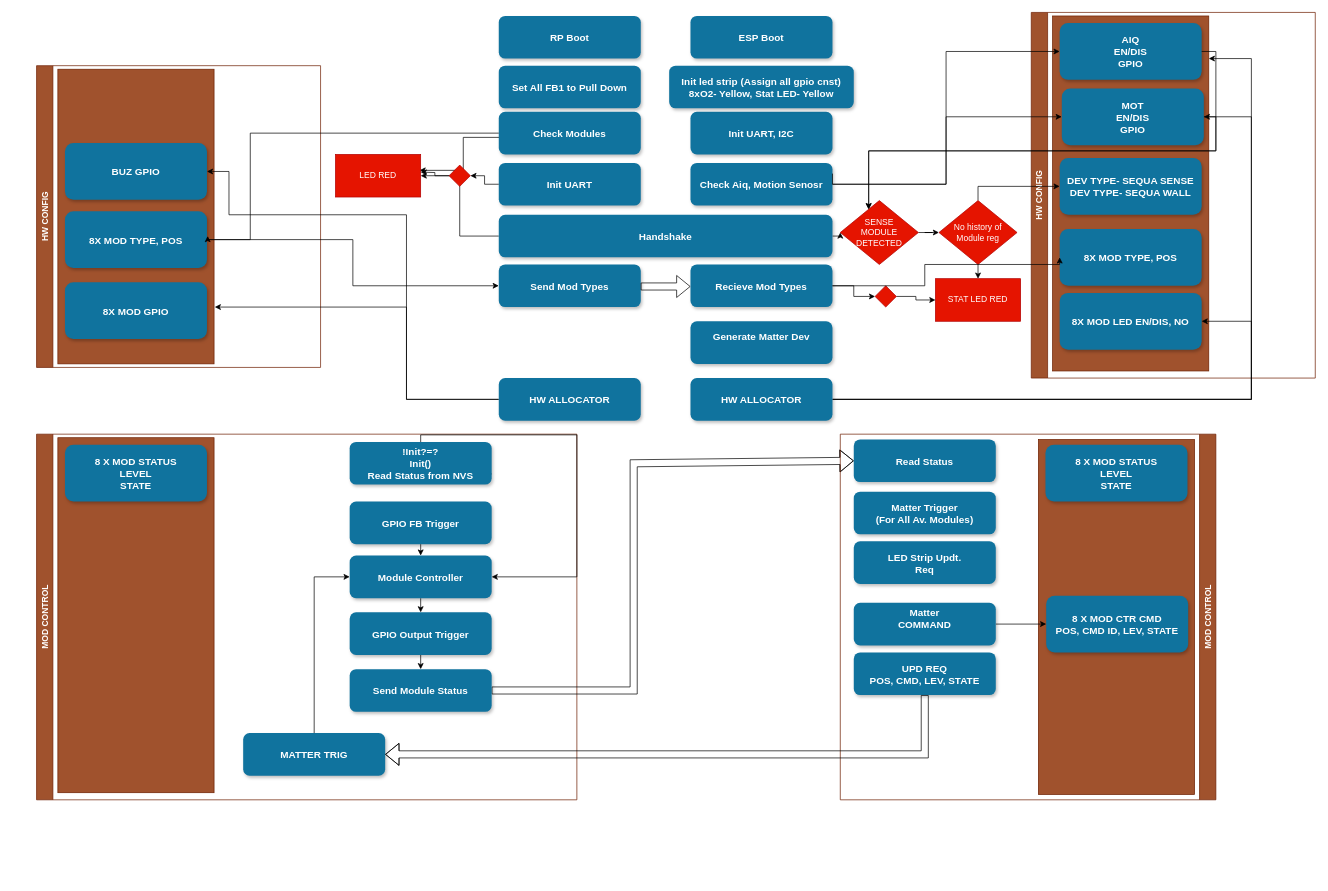
This is SW_HW_Architecure.drawio from AlwaysHOmeOnline/SmartWallThing, a draw.io file, before an edit. Source tidied: cells renumbered, new cells numbered last; positions are measured from the earlier drawing's top-left corner, leaving out a move shared by most shapes. Both pictures are drawn from the tidied source at 71%, with x=0, y=0 at pixel (36, 12).
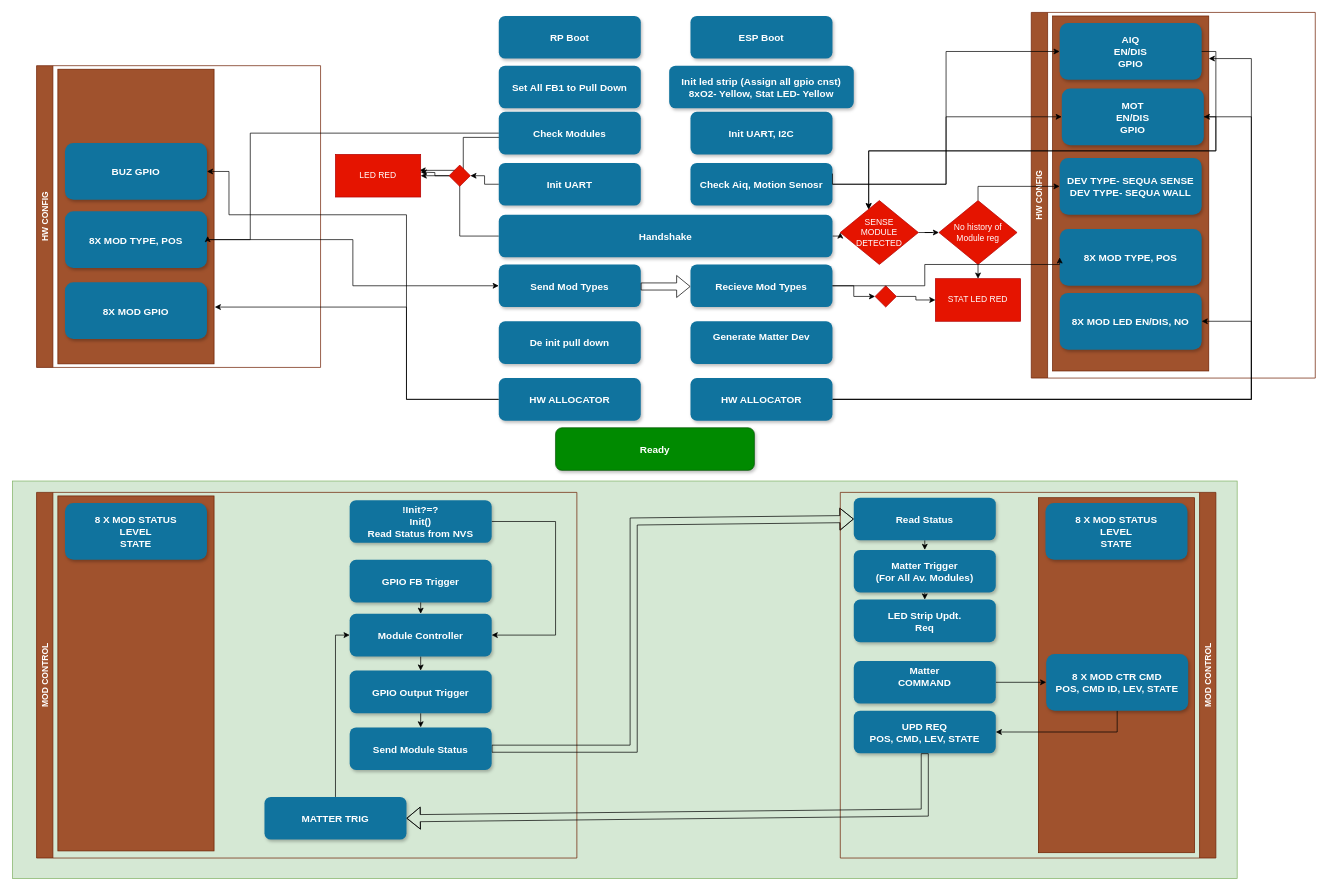
The same page after the edit.

The change refers to these unchanged cells:
```xml
<mxCell id="68" value="Matter Trigger&#10;(For All Av. Modules)" style="rounded=1;fillColor=#10739E;strokeColor=none;shadow=1;gradientColor=none;fontStyle=1;fontColor=#FFFFFF;fontSize=14;" parent="65" vertex="1">
  <mxGeometry x="19" y="81" width="200" height="60" as="geometry" />
</mxCell>
<mxCell id="69" value="Read Status" style="rounded=1;fillColor=#10739E;strokeColor=none;shadow=1;gradientColor=none;fontStyle=1;fontColor=#FFFFFF;fontSize=14;" parent="65" vertex="1">
  <mxGeometry x="19" y="7.5" width="200" height="60" as="geometry" />
</mxCell>
<mxCell id="71" value="Matter&#10;COMMAND&#10;" style="rounded=1;fillColor=#10739E;strokeColor=none;shadow=1;gradientColor=none;fontStyle=1;fontColor=#FFFFFF;fontSize=14;" parent="65" vertex="1">
  <mxGeometry x="19" y="237.5" width="200" height="60" as="geometry" />
</mxCell>
<mxCell id="72" value="8 X MOD CTR CMD&#10;POS, CMD ID, LEV, STATE" style="rounded=1;fillColor=#10739E;strokeColor=none;shadow=1;gradientColor=none;fontStyle=1;fontColor=#FFFFFF;fontSize=14;" parent="65" vertex="1">
  <mxGeometry x="290" y="227.5" width="200" height="80" as="geometry" />
</mxCell>
<mxCell id="73" value="UPD REQ&#10;POS, CMD, LEV, STATE" style="rounded=1;fillColor=#10739E;strokeColor=none;shadow=1;gradientColor=none;fontStyle=1;fontColor=#FFFFFF;fontSize=14;" parent="65" vertex="1">
  <mxGeometry x="19" y="307.5" width="200" height="60" as="geometry" />
</mxCell>
<mxCell id="74" value="LED Strip Updt.&#10;Req" style="rounded=1;fillColor=#10739E;strokeColor=none;shadow=1;gradientColor=none;fontStyle=1;fontColor=#FFFFFF;fontSize=14;" parent="65" vertex="1">
  <mxGeometry x="19" y="151" width="200" height="60" as="geometry" />
</mxCell>
```

The edit, as a diff of the source:
```diff
@@
+    <mxCell id="83" style="rounded=0;whiteSpace=wrap;html=1;fillColor=#d5e8d4;strokeColor=#82b366;" parent="1" vertex="1">
+      <mxGeometry x="-34" y="660" width="1725" height="560" as="geometry" />
+    </mxCell>
@@
     <mxCell id="40" value="MOD CONTROL" style="swimlane;horizontal=0;whiteSpace=wrap;html=1;fillColor=#a0522d;strokeColor=#6D1F00;fontColor=#ffffff;" parent="1" vertex="1">
-      <mxGeometry y="594" width="761" height="515" as="geometry" />
+      <mxGeometry y="676" width="761" height="515" as="geometry" />
     </mxCell>
@@
     <mxCell id="44" value="MATTER TRIG" style="rounded=1;fillColor=#10739E;strokeColor=none;shadow=1;gradientColor=none;fontStyle=1;fontColor=#FFFFFF;fontSize=14;" parent="40" vertex="1">
-      <mxGeometry x="291" y="421" width="200" height="60" as="geometry" />
+      <mxGeometry x="321" y="429" width="200" height="60" as="geometry" />
     </mxCell>
-    <mxCell id="45" style="edgeStyle=orthogonalEdgeStyle;rounded=0;jettySize=auto;html=1;exitX=1;exitY=0.75;exitDx=0;exitDy=0;entryX=1;entryY=0.5;entryDx=0;entryDy=0;" parent="1" edge="1" source="46" target="78">
+    <mxCell id="45" style="edgeStyle=orthogonalEdgeStyle;rounded=0;jettySize=auto;html=1;exitX=1;exitY=0.5;exitDx=0;exitDy=0;entryX=1;entryY=0.5;entryDx=0;entryDy=0;" parent="1" edge="1" source="46" target="78">
       <mxGeometry relative="1" as="geometry">
         <Array as="points">
-          <mxPoint x="541" y="650" />
-          <mxPoint x="541" y="595" />
-          <mxPoint x="761" y="595" />
-          <mxPoint x="761" y="795" />
+          <mxPoint x="731" y="717" />
+          <mxPoint x="731" y="877" />
         </Array>
       </mxGeometry>
     </mxCell>
     <mxCell id="46" value="!Init?=?&#10;Init()&#10;Read Status from NVS" style="rounded=1;fillColor=#10739E;strokeColor=none;shadow=1;gradientColor=none;fontStyle=1;fontColor=#FFFFFF;fontSize=14;" parent="1" vertex="1">
-      <mxGeometry x="441" y="605" width="200" height="60" as="geometry" />
+      <mxGeometry x="441" y="687" width="200" height="60" as="geometry" />
     </mxCell>
@@
     <mxCell id="61" style="shape=flexArrow;endArrow=classic;html=1;rounded=0;entryX=0;entryY=0.5;entryDx=0;entryDy=0;exitX=1;exitY=0.5;exitDx=0;exitDy=0;" parent="1" edge="1" source="75" target="69">
       <mxGeometry relative="1" as="geometry">
         <Array as="points">
-          <mxPoint x="841" y="955" />
-          <mxPoint x="841" y="635" />
+          <mxPoint x="841" y="1037" />
+          <mxPoint x="841" y="717" />
         </Array>
       </mxGeometry>
     </mxCell>
@@
     <mxCell id="65" value="MOD CONTROL" style="swimlane;horizontal=0;whiteSpace=wrap;html=1;fillColor=#a0522d;strokeColor=#6D1F00;fontColor=#ffffff;direction=west;" parent="1" vertex="1">
-      <mxGeometry x="1132" y="594" width="529" height="515" as="geometry" />
+      <mxGeometry x="1132" y="676" width="529" height="515" as="geometry" />
     </mxCell>
@@
+    <mxCell id="84" style="edgeStyle=orthogonalEdgeStyle;rounded=0;jettySize=auto;html=1;exitX=0.5;exitY=1;exitDx=0;exitDy=0;entryX=0.5;entryY=0;entryDx=0;entryDy=0;" parent="65" edge="1" source="68" target="74">
+      <mxGeometry relative="1" as="geometry" />
+    </mxCell>
@@
+    <mxCell id="85" style="edgeStyle=orthogonalEdgeStyle;rounded=0;jettySize=auto;html=1;exitX=0.5;exitY=1;exitDx=0;exitDy=0;entryX=0.5;entryY=0;entryDx=0;entryDy=0;" parent="65" edge="1" source="69" target="68">
+      <mxGeometry relative="1" as="geometry" />
+    </mxCell>
@@
+    <mxCell id="86" style="edgeStyle=orthogonalEdgeStyle;rounded=0;jettySize=auto;html=1;exitX=0.5;exitY=1;exitDx=0;exitDy=0;entryX=1;entryY=0.5;entryDx=0;entryDy=0;" parent="65" edge="1" source="72" target="73">
+      <mxGeometry relative="1" as="geometry" />
+    </mxCell>
@@
+    <mxCell id="87" style="edgeStyle=orthogonalEdgeStyle;rounded=0;orthogonalLoop=1;jettySize=auto;html=1;exitX=0.5;exitY=1;exitDx=0;exitDy=0;" parent="65" edge="1" source="74" target="74">
+      <mxGeometry relative="1" as="geometry" />
+    </mxCell>
+    <mxCell id="88" style="edgeStyle=orthogonalEdgeStyle;rounded=0;orthogonalLoop=1;jettySize=auto;html=1;exitX=0.5;exitY=1;exitDx=0;exitDy=0;" parent="65" edge="1" source="71" target="71">
+      <mxGeometry relative="1" as="geometry" />
+    </mxCell>
     <mxCell id="75" value="Send Module Status" style="rounded=1;fillColor=#10739E;strokeColor=none;shadow=1;gradientColor=none;fontStyle=1;fontColor=#FFFFFF;fontSize=14;" parent="1" vertex="1">
-      <mxGeometry x="441" y="925" width="200" height="60" as="geometry" />
+      <mxGeometry x="441" y="1007" width="200" height="60" as="geometry" />
     </mxCell>
@@
     <mxCell id="78" value="Module Controller" style="rounded=1;fillColor=#10739E;strokeColor=none;shadow=1;gradientColor=none;fontStyle=1;fontColor=#FFFFFF;fontSize=14;" parent="1" vertex="1">
-      <mxGeometry x="441" y="765" width="200" height="60" as="geometry" />
+      <mxGeometry x="441" y="847" width="200" height="60" as="geometry" />
     </mxCell>
@@
     <mxCell id="80" value="GPIO Output Trigger" style="rounded=1;fillColor=#10739E;strokeColor=none;shadow=1;gradientColor=none;fontStyle=1;fontColor=#FFFFFF;fontSize=14;" parent="1" vertex="1">
-      <mxGeometry x="441" y="845" width="200" height="60" as="geometry" />
+      <mxGeometry x="441" y="927" width="200" height="60" as="geometry" />
     </mxCell>
@@
     <mxCell id="82" style="shape=flexArrow;endArrow=classic;html=1;rounded=0;entryX=1;entryY=0.5;entryDx=0;entryDy=0;exitX=0.5;exitY=1;exitDx=0;exitDy=0;" parent="1" edge="1" source="73" target="44">
       <mxGeometry relative="1" as="geometry">
         <Array as="points">
-          <mxPoint x="1251" y="1045" />
+          <mxPoint x="1251" y="1127" />
         </Array>
       </mxGeometry>
     </mxCell>
+    <mxCell id="89" value="Ready" style="rounded=1;fillColor=#008a00;strokeColor=#005700;shadow=1;fontStyle=1;fontColor=#ffffff;fontSize=14;" parent="1" vertex="1">
+      <mxGeometry x="731" y="585" width="280" height="60" as="geometry" />
+    </mxCell>
+    <mxCell id="90" value="De init pull down" style="rounded=1;fillColor=#10739E;strokeColor=none;shadow=1;gradientColor=none;fontStyle=1;fontColor=#FFFFFF;fontSize=14;" parent="1" vertex="1">
+      <mxGeometry x="651" y="435" width="200" height="60" as="geometry" />
+    </mxCell>
```
